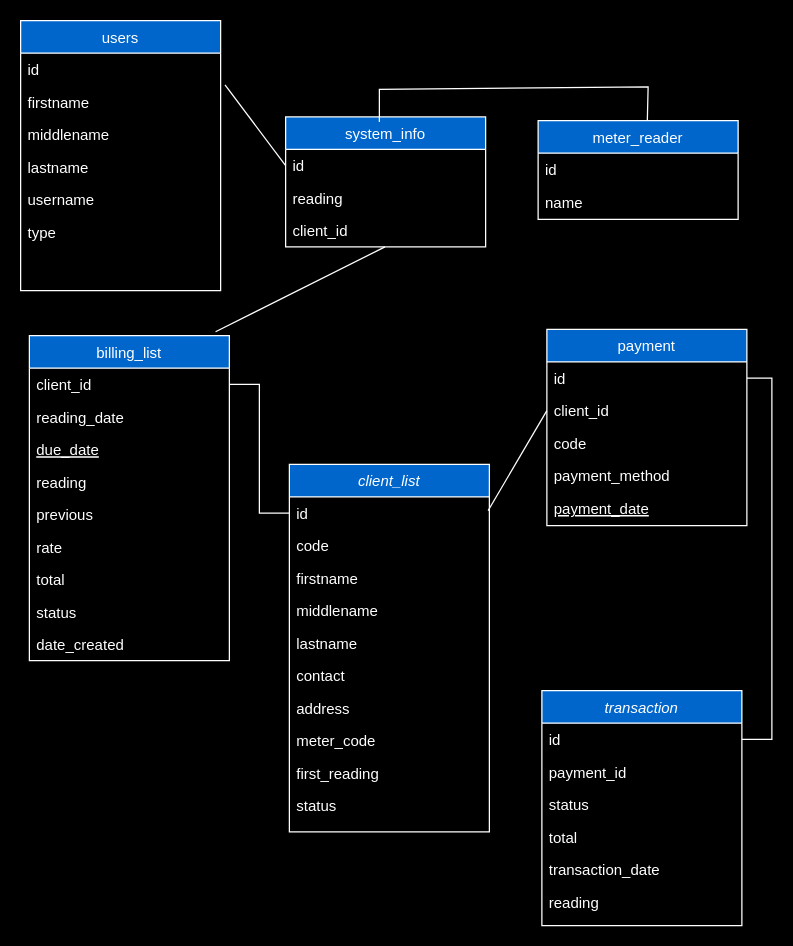
meowPeridot/toobigapp keeps this draw.io diagram as page "Page-1" (1 of 2) of Untitled Diagram.drawio. Above is the earlier version. Source tidied: cells renumbered, new cells numbered last; positions are measured from the earlier drawing's top-left corner, leaving out a move shared by most shapes. Both pictures are drawn from the tidied source at 125%, with x=0, y=0 at pixel (20, 20).
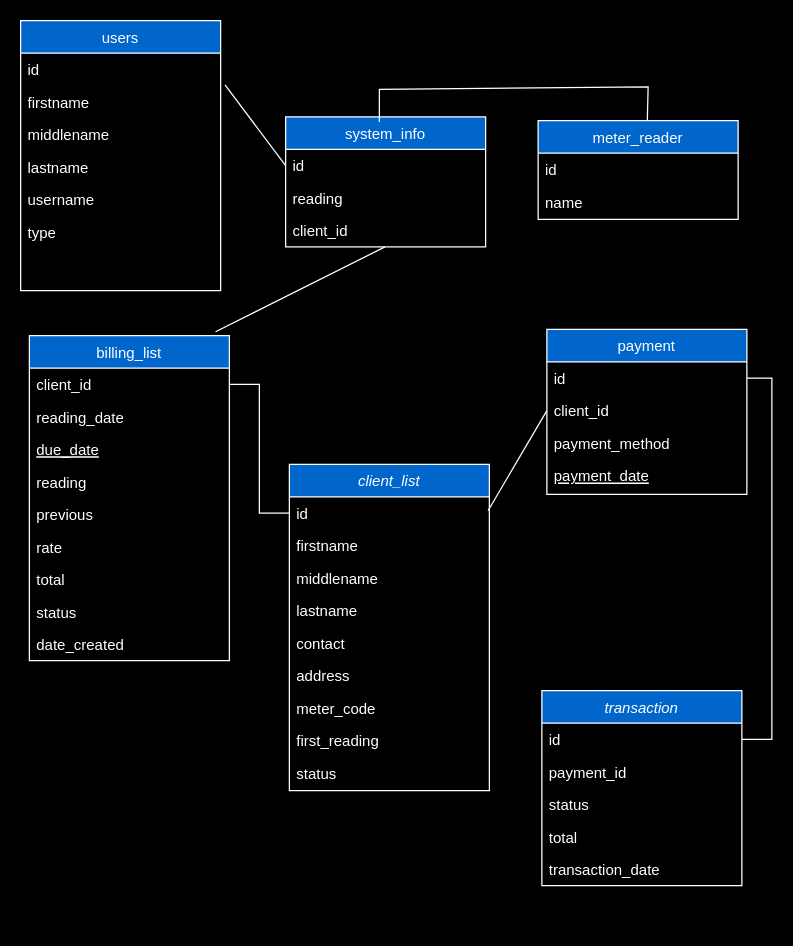
The same page after the edit.

Change to the diagram source:
```diff
@@
     <mxCell id="2" value="client_list" style="swimlane;fontStyle=2;align=center;verticalAlign=top;horizontal=1;startSize=26;rounded=0;shadow=0;strokeWidth=1;fillColor=#0066CC;fontColor=#FFFFFF;labelBorderColor=none;strokeColor=#FFFFFF;" parent="1" vertex="1">
-      <mxGeometry x="215" y="355" width="160" height="294" as="geometry" />
+      <mxGeometry x="215" y="355" width="160" height="261" as="geometry" />
     </mxCell>
@@
-    <mxCell id="4" value="code &#10;&#10;" style="text;align=left;verticalAlign=top;spacingLeft=4;spacingRight=4;overflow=hidden;rounded=0;shadow=0;html=0;fontColor=#FFFFFF;labelBackgroundColor=none;labelBorderColor=default;" parent="2" vertex="1">
-      <mxGeometry y="52" width="160" height="26" as="geometry" />
-    </mxCell>
     <mxCell id="5" value="firstname" style="text;align=left;verticalAlign=top;spacingLeft=4;spacingRight=4;overflow=hidden;rounded=0;shadow=0;html=0;fontColor=#FFFFFF;labelBorderColor=default;" parent="2" vertex="1">
-      <mxGeometry y="78" width="160" height="26" as="geometry" />
+      <mxGeometry y="52" width="160" height="26" as="geometry" />
     </mxCell>
     <mxCell id="6" value="middlename" style="text;align=left;verticalAlign=top;spacingLeft=4;spacingRight=4;overflow=hidden;fontColor=#FFFFFF;labelBorderColor=default;" parent="2" vertex="1">
-      <mxGeometry y="104" width="160" height="26" as="geometry" />
+      <mxGeometry y="78" width="160" height="26" as="geometry" />
     </mxCell>
     <mxCell id="7" value="lastname" style="text;align=left;verticalAlign=top;spacingLeft=4;spacingRight=4;overflow=hidden;fontColor=#FFFFFF;labelBorderColor=default;" parent="2" vertex="1">
-      <mxGeometry y="130" width="160" height="26" as="geometry" />
+      <mxGeometry y="104" width="160" height="26" as="geometry" />
     </mxCell>
     <mxCell id="8" value="contact" style="text;align=left;verticalAlign=top;spacingLeft=4;spacingRight=4;overflow=hidden;fontColor=#FFFFFF;labelBorderColor=default;" parent="2" vertex="1">
-      <mxGeometry y="156" width="160" height="26" as="geometry" />
+      <mxGeometry y="130" width="160" height="26" as="geometry" />
     </mxCell>
     <mxCell id="9" value="address" style="text;align=left;verticalAlign=top;spacingLeft=4;spacingRight=4;overflow=hidden;fontColor=#FFFFFF;labelBorderColor=default;" parent="2" vertex="1">
-      <mxGeometry y="182" width="160" height="26" as="geometry" />
+      <mxGeometry y="156" width="160" height="26" as="geometry" />
     </mxCell>
     <mxCell id="10" value="meter_code" style="text;align=left;verticalAlign=top;spacingLeft=4;spacingRight=4;overflow=hidden;fontColor=#FFFFFF;labelBorderColor=default;" parent="2" vertex="1">
-      <mxGeometry y="208" width="160" height="26" as="geometry" />
+      <mxGeometry y="182" width="160" height="26" as="geometry" />
     </mxCell>
     <mxCell id="11" value="first_reading" style="text;align=left;verticalAlign=top;spacingLeft=4;spacingRight=4;overflow=hidden;fontColor=#FFFFFF;labelBorderColor=default;" parent="2" vertex="1">
-      <mxGeometry y="234" width="160" height="26" as="geometry" />
+      <mxGeometry y="208" width="160" height="26" as="geometry" />
     </mxCell>
     <mxCell id="12" value="status" style="text;align=left;verticalAlign=top;spacingLeft=4;spacingRight=4;overflow=hidden;fontColor=#FFFFFF;labelBorderColor=default;" parent="2" vertex="1">
-      <mxGeometry y="260" width="160" height="26" as="geometry" />
+      <mxGeometry y="234" width="160" height="26" as="geometry" />
     </mxCell>
@@
     <mxCell id="43" value="payment" style="swimlane;fontStyle=0;align=center;verticalAlign=top;horizontal=1;startSize=26;rounded=0;shadow=0;strokeWidth=1;fillColor=#0066CC;fontColor=#FFFFFF;labelBorderColor=none;strokeColor=#FFFFFF;" parent="36" vertex="1">
-      <mxGeometry x="421" y="247" width="160" height="157" as="geometry" />
+      <mxGeometry x="421" y="247" width="160" height="132" as="geometry" />
     </mxCell>
@@
-    <mxCell id="46" value="code" style="text;align=left;verticalAlign=top;spacingLeft=4;spacingRight=4;overflow=hidden;rounded=0;shadow=0;html=0;fontColor=#FFFFFF;labelBorderColor=default;" parent="43" vertex="1">
-      <mxGeometry y="78" width="160" height="26" as="geometry" />
-    </mxCell>
     <mxCell id="47" value="payment_method" style="text;align=left;verticalAlign=top;spacingLeft=4;spacingRight=4;overflow=hidden;rounded=0;shadow=0;html=0;fontColor=#FFFFFF;labelBorderColor=default;" parent="43" vertex="1">
-      <mxGeometry y="104" width="160" height="26" as="geometry" />
+      <mxGeometry y="78" width="160" height="26" as="geometry" />
     </mxCell>
     <mxCell id="48" value="payment_date" style="text;align=left;verticalAlign=top;spacingLeft=4;spacingRight=4;overflow=hidden;fontStyle=4;fontColor=#FFFFFF;labelBorderColor=default;" parent="43" vertex="1">
-      <mxGeometry y="130" width="160" height="27" as="geometry" />
+      <mxGeometry y="104" width="160" height="27" as="geometry" />
     </mxCell>
     <mxCell id="49" value="transaction" style="swimlane;fontStyle=2;align=center;verticalAlign=top;horizontal=1;startSize=26;rounded=0;shadow=0;strokeWidth=1;fillColor=#0066CC;fontColor=#FFFFFF;labelBorderColor=none;strokeColor=#FFFFFF;" parent="36" vertex="1">
-      <mxGeometry x="417" y="536" width="160" height="188" as="geometry" />
+      <mxGeometry x="417" y="536" width="160" height="156" as="geometry" />
     </mxCell>
@@
-    <mxCell id="55" value="reading" style="text;align=left;verticalAlign=top;spacingLeft=4;spacingRight=4;overflow=hidden;fontColor=#FFFFFF;labelBorderColor=default;" parent="49" vertex="1">
-      <mxGeometry y="156" width="160" height="26" as="geometry" />
-    </mxCell>
```
